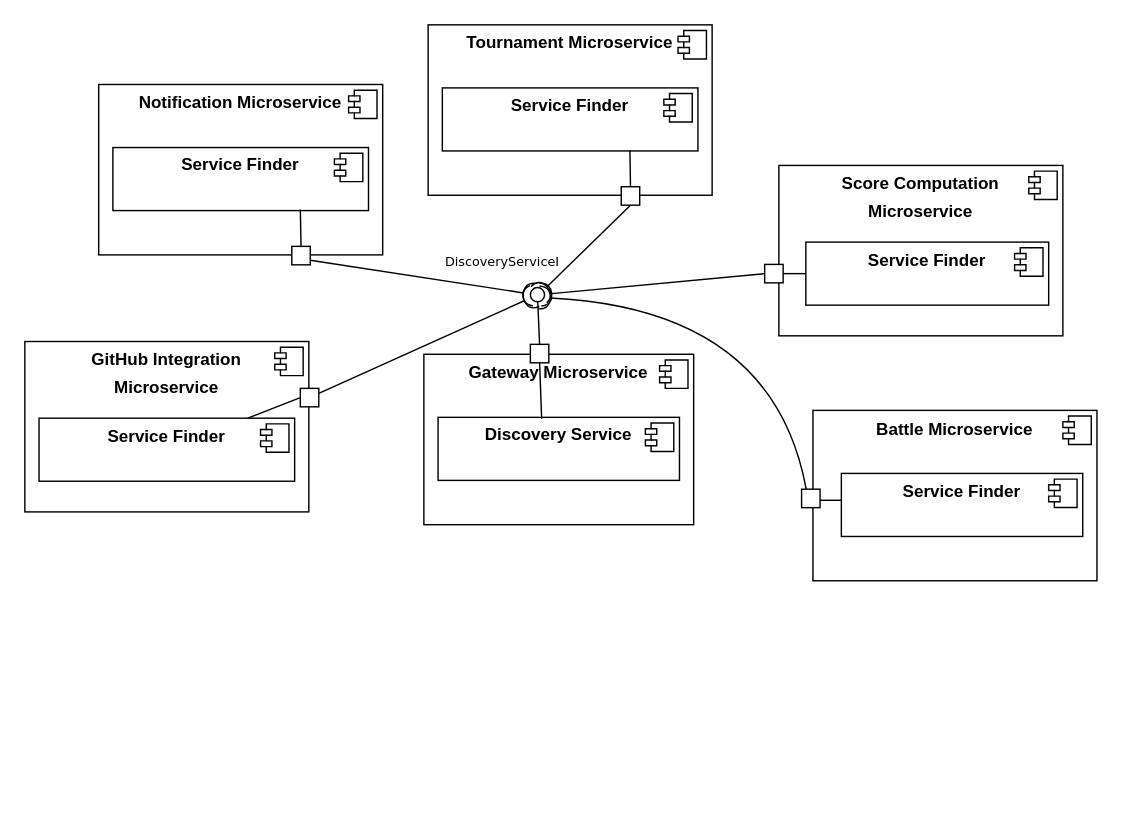
Above: DD/Diagrams_src/2Component_ServiceDiscovery.drawio in sissamatteo29/CodeKataBattles_Project (draw.io), before the change. Source tidied: cells renumbered, new cells numbered last; positions are measured from the earlier drawing's top-left corner, leaving out a move shared by most shapes. Both pictures are drawn from the tidied source at 142%, with x=0, y=0 at pixel (24, 24).
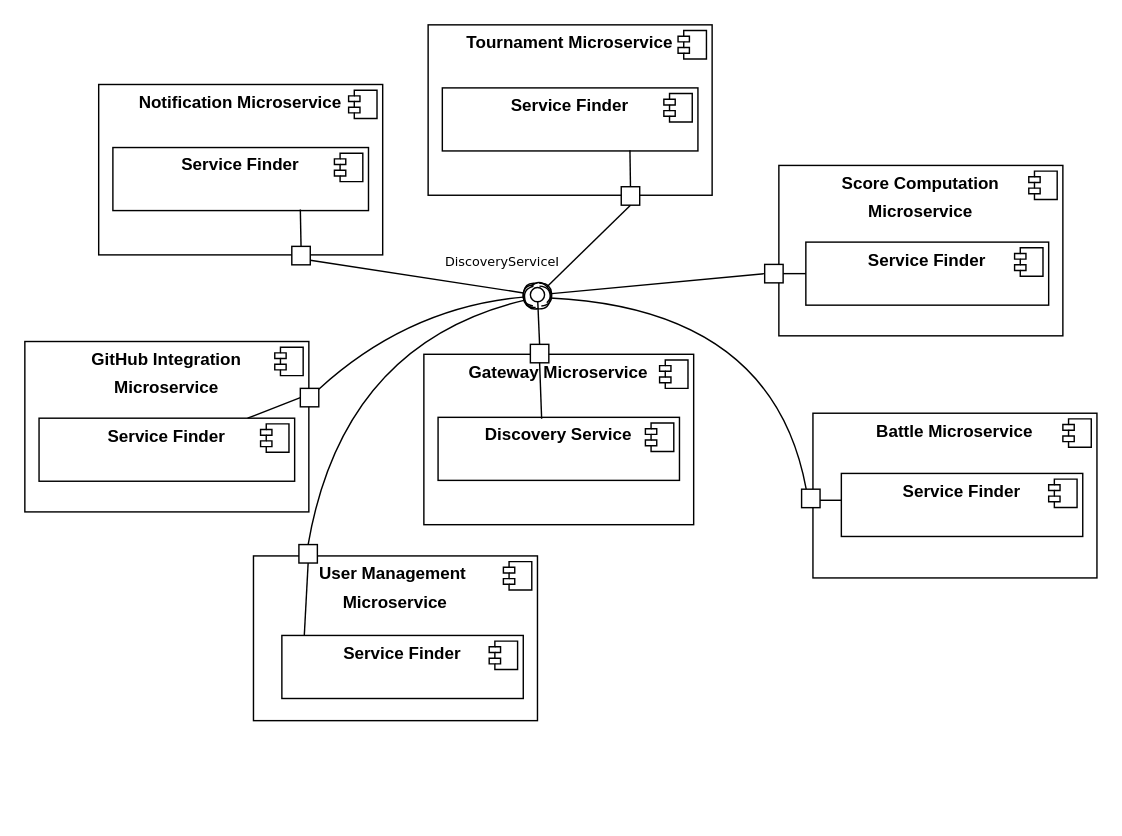
After the change.

Unchanged cells that the change refers to:
```xml
<mxCell id="24" style="group;" parent="1" vertex="1">
  <mxGeometry x="555" y="271.5" width="200" height="127" as="geometry" />
</mxCell>
<mxCell id="44" style="whiteSpace=wrap;html=1;" parent="39" vertex="1">
  <mxGeometry x="194" y="33" width="13" height="13" as="geometry" />
</mxCell>
```

What changed in the source:
```diff
@@
     <mxCell id="25" value="&lt;p style=&quot;margin:0px;margin-top:6px;text-align:center;&quot;&gt;&lt;b&gt;Battle Microservice&lt;/b&gt;&lt;/p&gt;" style="align=left;overflow=fill;html=1;whiteSpace=wrap;" parent="24" vertex="1">
-      <mxGeometry width="200" height="120" as="geometry" />
+      <mxGeometry y="2" width="200" height="116" as="geometry" />
     </mxCell>
@@
     <mxCell id="71" style="rounded=0;jettySize=auto;html=1;endArrow=halfCircle;endFill=0;endSize=6;strokeWidth=1;sketch=0;fontSize=12;curved=1;" parent="1" edge="1" source="44">
       <mxGeometry relative="1" as="geometry">
         <mxPoint x="359" y="191" as="targetPoint" />
+        <Array as="points">
+          <mxPoint x="270" y="199" />
+        </Array>
       </mxGeometry>
     </mxCell>
@@
+    <mxCell id="74" style="group;" parent="1" vertex="1">
+      <mxGeometry x="161" y="372" width="200" height="127" as="geometry" />
+    </mxCell>
+    <mxCell id="75" value="&lt;p style=&quot;margin:0px;margin-top:6px;text-align:center;&quot;&gt;&lt;b&gt;User Management&amp;nbsp;&lt;/b&gt;&lt;/p&gt;&lt;p style=&quot;margin:0px;margin-top:6px;text-align:center;&quot;&gt;&lt;b&gt;Microservice&lt;/b&gt;&lt;/p&gt;" style="align=left;overflow=fill;html=1;whiteSpace=wrap;" parent="74" vertex="1">
+      <mxGeometry y="2" width="200" height="116" as="geometry" />
+    </mxCell>
+    <mxCell id="76" style="shape=component;jettyWidth=8;jettyHeight=4;" parent="75" vertex="1">
+      <mxGeometry x="1" width="20" height="20" relative="1" as="geometry">
+        <mxPoint x="-24" y="4" as="offset" />
+      </mxGeometry>
+    </mxCell>
+    <mxCell id="77" value="&lt;p style=&quot;margin:0px;margin-top:6px;text-align:center;&quot;&gt;&lt;b style=&quot;border-color: var(--border-color);&quot;&gt;Service Finder&lt;/b&gt;&lt;br&gt;&lt;/p&gt;" style="align=left;overflow=fill;html=1;whiteSpace=wrap;" parent="74" vertex="1">
+      <mxGeometry x="20" y="58" width="170" height="44.4" as="geometry" />
+    </mxCell>
+    <mxCell id="78" style="shape=component;jettyWidth=8;jettyHeight=4;" parent="77" vertex="1">
+      <mxGeometry x="1" width="20" height="20" relative="1" as="geometry">
+        <mxPoint x="-24" y="4" as="offset" />
+      </mxGeometry>
+    </mxCell>
+    <mxCell id="79" style="endArrow=none;html=1;rounded=0;entryX=0.093;entryY=-0.008;entryDx=0;entryDy=0;exitX=1;exitY=0.5;exitDx=0;exitDy=0;entryPerimeter=0;" parent="74" edge="1" source="80" target="77">
+      <mxGeometry relative="1" as="geometry" />
+    </mxCell>
+    <mxCell id="80" style="whiteSpace=wrap;html=1;direction=south;" parent="74" vertex="1">
+      <mxGeometry x="32" y="-6" width="13" height="13" as="geometry" />
+    </mxCell>
+    <mxCell id="81" style="rounded=0;jettySize=auto;html=1;endArrow=halfCircle;endFill=0;endSize=6;strokeWidth=1;sketch=0;fontSize=12;curved=1;exitX=0;exitY=0.5;exitDx=0;exitDy=0;" parent="1" edge="1" source="80">
+      <mxGeometry relative="1" as="geometry">
+        <mxPoint x="360" y="192" as="targetPoint" />
+        <Array as="points">
+          <mxPoint x="224" y="224" />
+        </Array>
+      </mxGeometry>
+    </mxCell>
+    <mxCell id="82" style="ellipse;whiteSpace=wrap;html=1;align=center;fillColor=none;strokeColor=none;perimeter=centerPerimeter;" parent="1" vertex="1">
+      <mxGeometry x="249" y="319" width="10" height="10" as="geometry" />
+    </mxCell>
```
